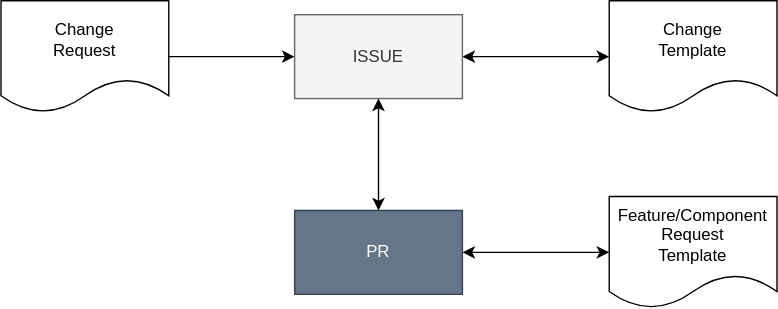
The draw.io diagram main/_images/score_change_request_overview_simple.drawio.svg in MaximilianSoerenPollak/score, before a commit. Source tidied: cells renumbered, new cells last; positions are measured from the earlier drawing's top-left corner, leaving out a move shared by most shapes.
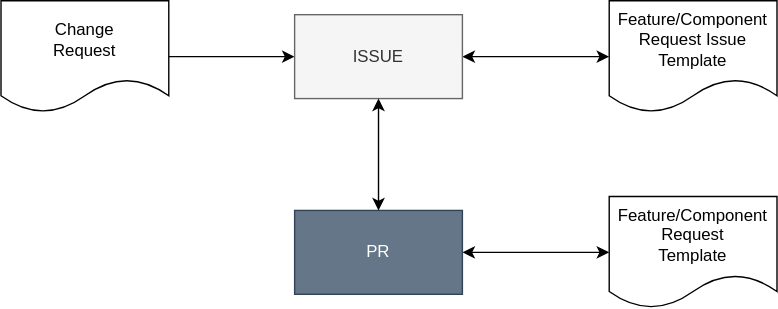
The same diagram one commit later.

The edit, as a diff of the source:
```diff
@@ -14,7 +14,7 @@
     <mxCell id="5" value="ISSUE" style="rounded=0;whiteSpace=wrap;html=1;fillColor=#f5f5f5;fontColor=#333333;strokeColor=#666666;" parent="1" vertex="1">
       <mxGeometry x="210" y="10" width="120" height="60" as="geometry" />
     </mxCell>
-    <mxCell id="6" value="Change&lt;br&gt;Template" style="shape=document;whiteSpace=wrap;html=1;boundedLbl=1;" parent="1" vertex="1">
+    <mxCell id="6" value="Feature/Component&lt;br&gt;Request Issue&lt;br&gt;Template" style="shape=document;whiteSpace=wrap;html=1;boundedLbl=1;" parent="1" vertex="1">
       <mxGeometry x="435" width="120" height="80" as="geometry" />
     </mxCell>
     <mxCell id="7" style="edgeStyle=orthogonalEdgeStyle;rounded=0;jettySize=auto;html=1;startArrow=classic;startFill=1;" parent="1" edge="1" source="8" target="10">
```
